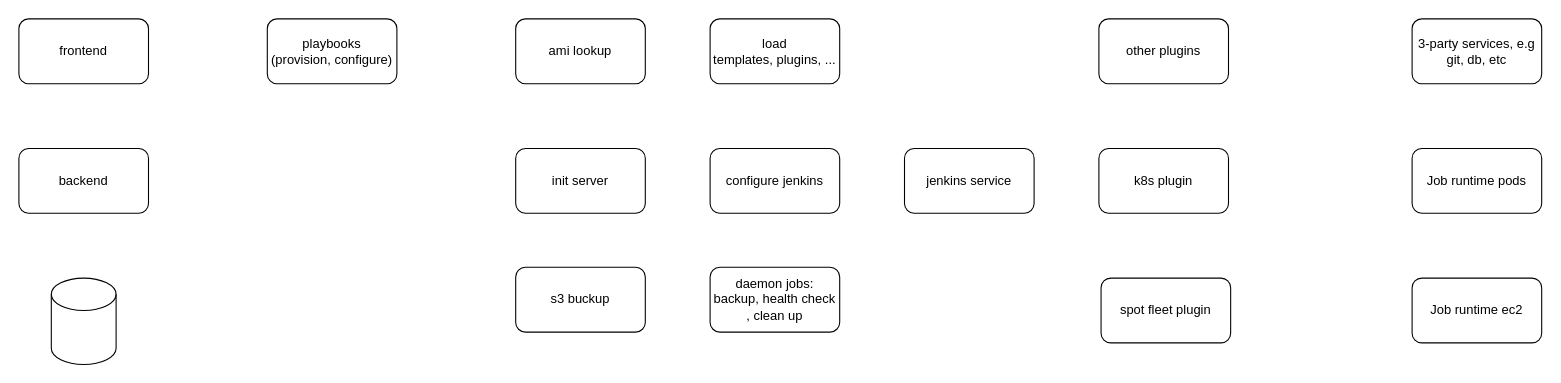
jiangtao7/draw.io keeps this draw.io diagram as homer_distributed_system.drawio. Above is the earlier version. Source tidied: cells renumbered, new cells numbered last; positions are measured from the earlier drawing's top-left corner, leaving out a move shared by most shapes. Both pictures are drawn from the tidied source at 108%, with x=0, y=0 at pixel (18, 18).
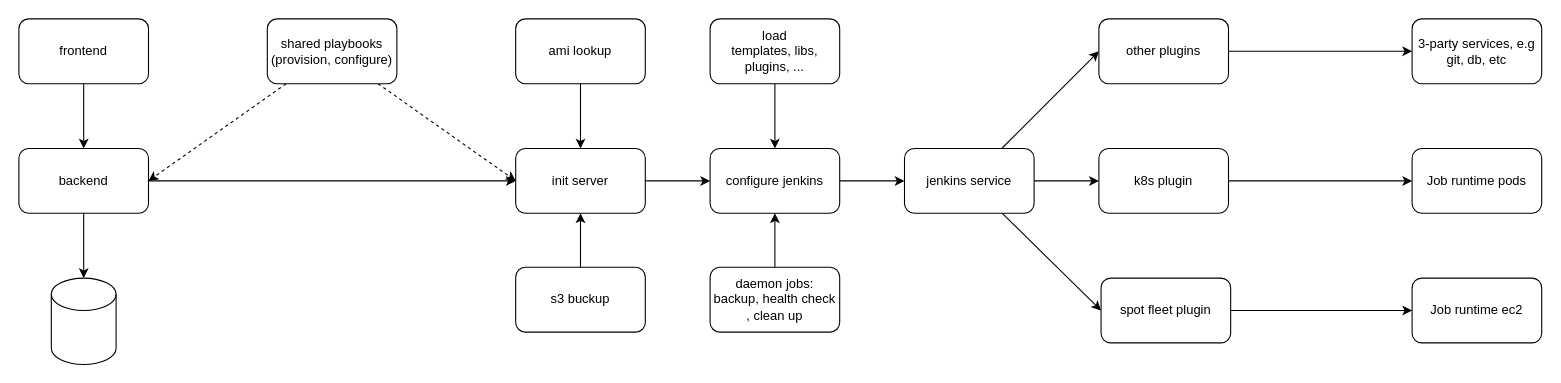
Above is the later version.

Unchanged cells that the change refers to:
```xml
<mxCell id="2" value="frontend" style="rounded=1;whiteSpace=wrap;html=1;" parent="1" vertex="1">
  <mxGeometry width="120" height="60" as="geometry" />
</mxCell>
<mxCell id="3" value="backend" style="rounded=1;whiteSpace=wrap;html=1;" parent="1" vertex="1">
  <mxGeometry y="120" width="120" height="60" as="geometry" />
</mxCell>
<mxCell id="4" style="shape=cylinder3;whiteSpace=wrap;html=1;boundedLbl=1;backgroundOutline=1;size=15;" parent="1" vertex="1">
  <mxGeometry x="30" y="240" width="60" height="80" as="geometry" />
</mxCell>
<mxCell id="5" value="init server" style="rounded=1;whiteSpace=wrap;html=1;" parent="1" vertex="1">
  <mxGeometry x="460" y="120" width="120" height="60" as="geometry" />
</mxCell>
<mxCell id="6" value="configure jenkins" style="rounded=1;whiteSpace=wrap;html=1;" parent="1" vertex="1">
  <mxGeometry x="640" y="120" width="120" height="60" as="geometry" />
</mxCell>
<mxCell id="7" value="jenkins service" style="rounded=1;whiteSpace=wrap;html=1;" parent="1" vertex="1">
  <mxGeometry x="820" y="120" width="120" height="60" as="geometry" />
</mxCell>
<mxCell id="8" value="daemon jobs: &lt;br&gt;backup, health check , clean up" style="rounded=1;whiteSpace=wrap;html=1;" parent="1" vertex="1">
  <mxGeometry x="640" y="230" width="120" height="60" as="geometry" />
</mxCell>
<mxCell id="10" value="ami lookup" style="rounded=1;whiteSpace=wrap;html=1;" parent="1" vertex="1">
  <mxGeometry x="460" width="120" height="60" as="geometry" />
</mxCell>
<mxCell id="11" value="s3 buckup" style="rounded=1;whiteSpace=wrap;html=1;" parent="1" vertex="1">
  <mxGeometry x="460" y="230" width="120" height="60" as="geometry" />
</mxCell>
<mxCell id="13" value="other plugins" style="rounded=1;whiteSpace=wrap;html=1;" parent="1" vertex="1">
  <mxGeometry x="1000" width="120" height="60" as="geometry" />
</mxCell>
<mxCell id="14" value="k8s plugin" style="rounded=1;whiteSpace=wrap;html=1;" parent="1" vertex="1">
  <mxGeometry x="1000" y="120" width="120" height="60" as="geometry" />
</mxCell>
<mxCell id="15" value="spot fleet plugin" style="rounded=1;whiteSpace=wrap;html=1;" parent="1" vertex="1">
  <mxGeometry x="1002" y="240" width="120" height="60" as="geometry" />
</mxCell>
<mxCell id="16" value="Job runtime pods" style="rounded=1;whiteSpace=wrap;html=1;" parent="1" vertex="1">
  <mxGeometry x="1290" y="120" width="120" height="60" as="geometry" />
</mxCell>
<mxCell id="17" value="Job runtime ec2" style="rounded=1;whiteSpace=wrap;html=1;" parent="1" vertex="1">
  <mxGeometry x="1290" y="240" width="120" height="60" as="geometry" />
</mxCell>
<mxCell id="18" value="3-party services, e.g git, db, etc" style="rounded=1;whiteSpace=wrap;html=1;" parent="1" vertex="1">
  <mxGeometry x="1290" width="120" height="60" as="geometry" />
</mxCell>
```

Change to the diagram source:
```diff
@@
+    <mxCell id="19" style="edgeStyle=none;rounded=0;jettySize=auto;html=1;" parent="1" edge="1" source="2" target="3">
+      <mxGeometry relative="1" as="geometry" />
+    </mxCell>
@@
+    <mxCell id="20" style="edgeStyle=none;rounded=0;jettySize=auto;html=1;entryX=0.5;entryY=0;entryDx=0;entryDy=0;entryPerimeter=0;" parent="1" edge="1" source="3" target="4">
+      <mxGeometry relative="1" as="geometry" />
+    </mxCell>
+    <mxCell id="21" style="edgeStyle=none;rounded=0;jettySize=auto;html=1;entryX=0;entryY=0.5;entryDx=0;entryDy=0;" parent="1" edge="1" source="3" target="5">
+      <mxGeometry relative="1" as="geometry" />
+    </mxCell>
@@
+    <mxCell id="22" style="edgeStyle=none;rounded=0;jettySize=auto;html=1;" parent="1" edge="1" source="5" target="6">
+      <mxGeometry relative="1" as="geometry" />
+    </mxCell>
@@
+    <mxCell id="23" style="edgeStyle=none;rounded=0;jettySize=auto;html=1;entryX=0;entryY=0.5;entryDx=0;entryDy=0;" parent="1" edge="1" source="6" target="7">
+      <mxGeometry relative="1" as="geometry" />
+    </mxCell>
@@
+    <mxCell id="24" style="edgeStyle=none;rounded=0;jettySize=auto;html=1;entryX=0;entryY=0.5;entryDx=0;entryDy=0;" parent="1" edge="1" source="7" target="13">
+      <mxGeometry relative="1" as="geometry" />
+    </mxCell>
+    <mxCell id="25" style="edgeStyle=none;rounded=0;jettySize=auto;html=1;entryX=0;entryY=0.5;entryDx=0;entryDy=0;" parent="1" edge="1" source="7" target="14">
+      <mxGeometry relative="1" as="geometry" />
+    </mxCell>
+    <mxCell id="26" style="edgeStyle=none;rounded=0;jettySize=auto;html=1;entryX=0;entryY=0.5;entryDx=0;entryDy=0;" parent="1" edge="1" source="7" target="15">
+      <mxGeometry relative="1" as="geometry" />
+    </mxCell>
@@
+    <mxCell id="27" style="edgeStyle=none;rounded=0;jettySize=auto;html=1;entryX=0.5;entryY=1;entryDx=0;entryDy=0;" parent="1" edge="1" source="8" target="6">
+      <mxGeometry relative="1" as="geometry" />
+    </mxCell>
@@
+    <mxCell id="28" style="edgeStyle=none;rounded=0;jettySize=auto;html=1;entryX=0.5;entryY=0;entryDx=0;entryDy=0;" parent="1" edge="1" source="9" target="6">
+      <mxGeometry relative="1" as="geometry" />
+    </mxCell>
-    <mxCell id="9" value="load &lt;br&gt;templates, plugins, ..." style="rounded=1;whiteSpace=wrap;html=1;" parent="1" vertex="1">
+    <mxCell id="9" value="load &lt;br&gt;templates, libs, plugins, ..." style="rounded=1;whiteSpace=wrap;html=1;" parent="1" vertex="1">
       <mxGeometry x="640" width="120" height="60" as="geometry" />
     </mxCell>
+    <mxCell id="29" style="edgeStyle=none;rounded=0;jettySize=auto;html=1;entryX=0.5;entryY=0;entryDx=0;entryDy=0;" parent="1" edge="1" source="10" target="5">
+      <mxGeometry relative="1" as="geometry" />
+    </mxCell>
@@
+    <mxCell id="30" style="edgeStyle=none;rounded=0;jettySize=auto;html=1;entryX=0.5;entryY=1;entryDx=0;entryDy=0;" parent="1" edge="1" source="11" target="5">
+      <mxGeometry relative="1" as="geometry" />
+    </mxCell>
@@
+    <mxCell id="31" style="edgeStyle=none;rounded=0;jettySize=auto;html=1;entryX=1;entryY=0.5;entryDx=0;entryDy=0;dashed=1;" parent="1" edge="1" source="12" target="3">
+      <mxGeometry relative="1" as="geometry" />
+    </mxCell>
+    <mxCell id="32" style="edgeStyle=none;rounded=0;jettySize=auto;html=1;entryX=0;entryY=0.5;entryDx=0;entryDy=0;dashed=1;" parent="1" edge="1" source="12" target="5">
+      <mxGeometry relative="1" as="geometry" />
+    </mxCell>
-    <mxCell id="12" value="playbooks&lt;br&gt;(provision, configure)" style="rounded=1;whiteSpace=wrap;html=1;" parent="1" vertex="1">
+    <mxCell id="12" value="shared playbooks&lt;br&gt;(provision, configure)" style="rounded=1;whiteSpace=wrap;html=1;" parent="1" vertex="1">
       <mxGeometry x="230" width="120" height="60" as="geometry" />
     </mxCell>
+    <mxCell id="33" style="edgeStyle=none;rounded=0;jettySize=auto;html=1;entryX=0;entryY=0.5;entryDx=0;entryDy=0;" parent="1" edge="1" source="13" target="18">
+      <mxGeometry relative="1" as="geometry" />
+    </mxCell>
@@
+    <mxCell id="34" style="edgeStyle=none;rounded=0;jettySize=auto;html=1;entryX=0;entryY=0.5;entryDx=0;entryDy=0;" parent="1" edge="1" source="14" target="16">
+      <mxGeometry relative="1" as="geometry" />
+    </mxCell>
@@
+    <mxCell id="35" style="edgeStyle=none;rounded=0;jettySize=auto;html=1;entryX=0;entryY=0.5;entryDx=0;entryDy=0;" parent="1" edge="1" source="15" target="17">
+      <mxGeometry relative="1" as="geometry" />
+    </mxCell>
```
